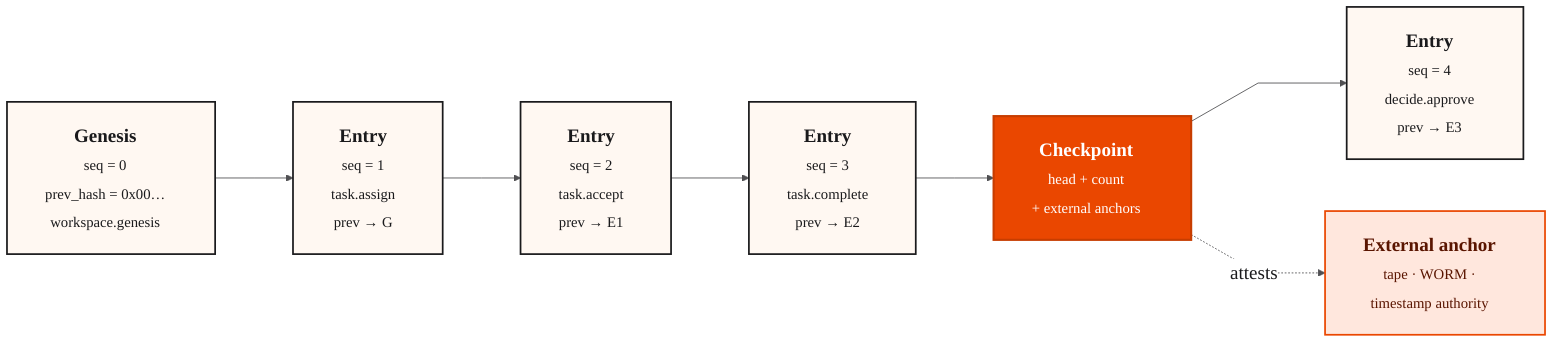
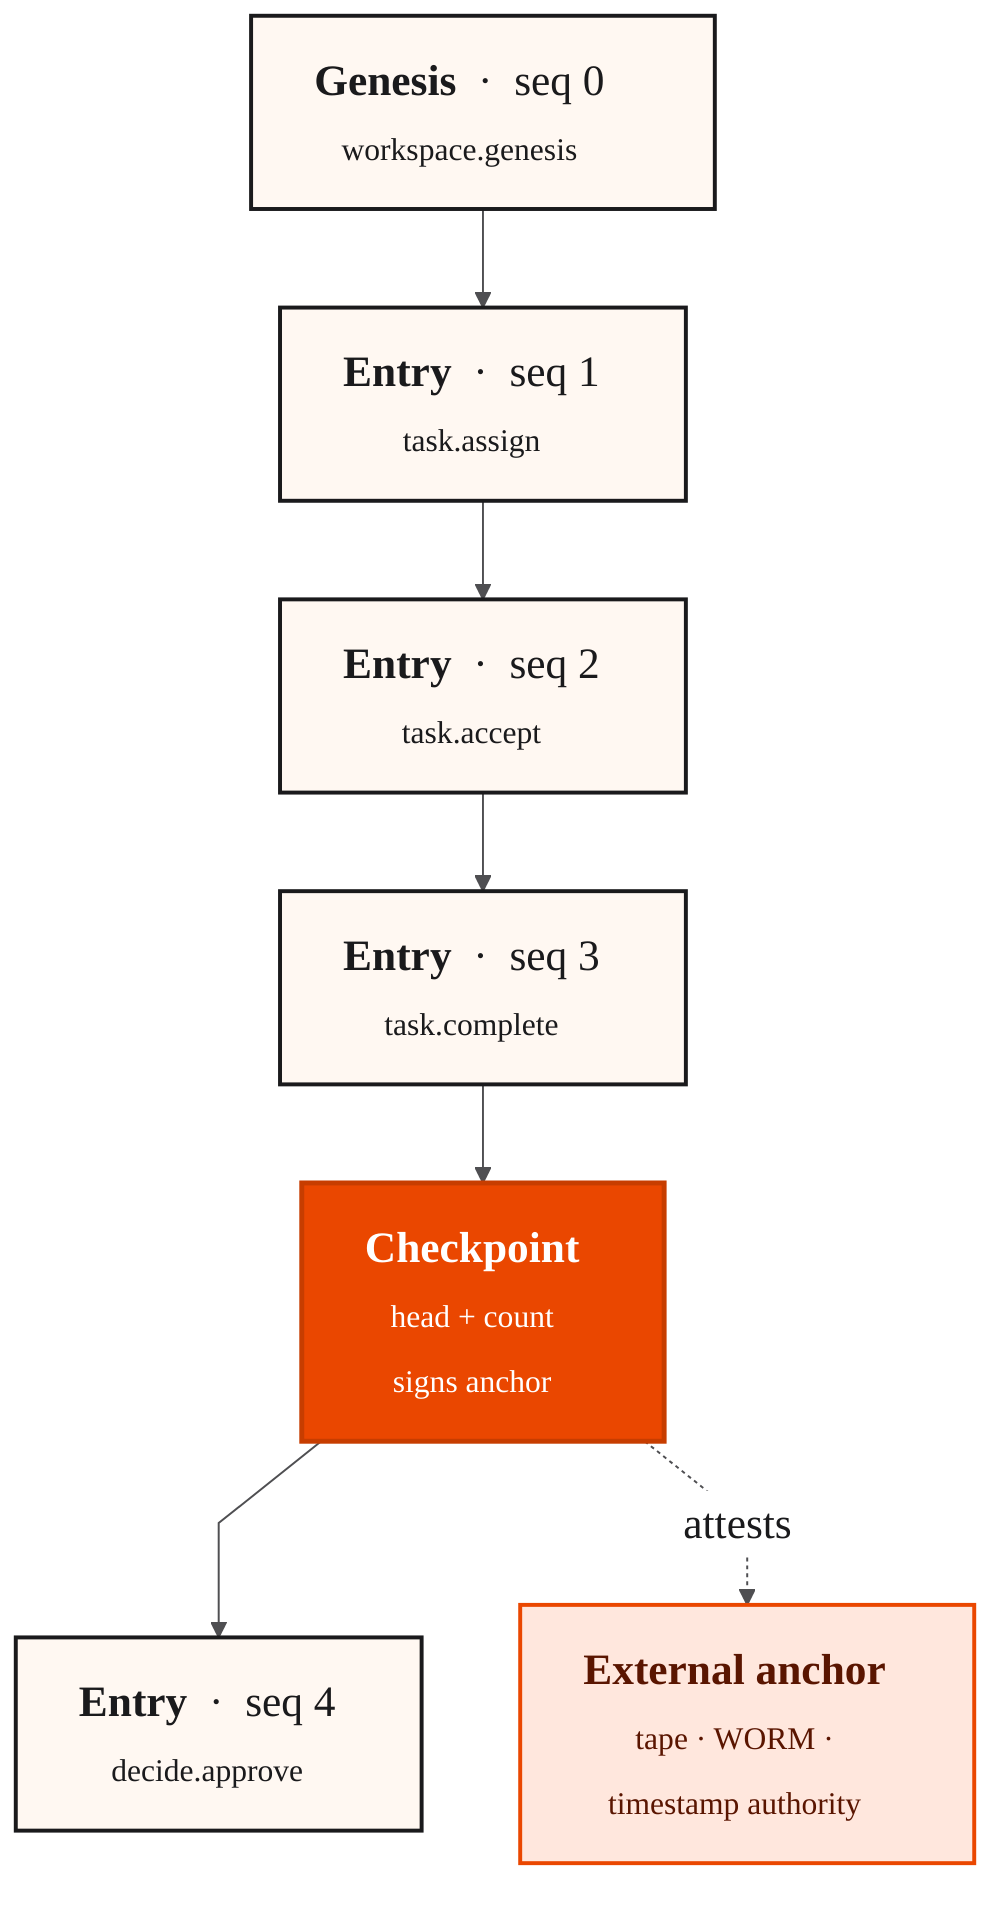
%%{init: {
  "theme": "base",
  "themeVariables": {
    "fontSize": "22px",
    "fontFamily": "Arial, Helvetica, sans-serif",
    "primaryColor": "#ffffff",
    "primaryTextColor": "#1a1a1c",
    "primaryBorderColor": "#1a1a1c",
    "lineColor": "#4f4f52"
  },
-   "flowchart": { "curve": "linear", "nodeSpacing": 60, "rankSpacing": 90, "padding": 22 }
+   "flowchart": { "curve": "linear", "nodeSpacing": 50, "rankSpacing": 50, "padding": 16 }
}}%%
- flowchart LR
-     G["<b>Genesis</b><br/><span style='font-size:17px;color:#4f4f52'>seq = 0<br/>prev_hash = 0x00…<br/>workspace.genesis</span>"]
-     E1["<b>Entry</b><br/><span style='font-size:17px;color:#4f4f52'>seq = 1<br/>task.assign<br/>prev → G</span>"]
-     E2["<b>Entry</b><br/><span style='font-size:17px;color:#4f4f52'>seq = 2<br/>task.accept<br/>prev → E1</span>"]
-     E3["<b>Entry</b><br/><span style='font-size:17px;color:#4f4f52'>seq = 3<br/>task.complete<br/>prev → E2</span>"]
-     CP["<b>Checkpoint</b><br/><span style='font-size:17px;color:#ffffff'>head + count<br/>+ external anchors</span>"]
-     E4["<b>Entry</b><br/><span style='font-size:17px;color:#4f4f52'>seq = 4<br/>decide.approve<br/>prev → E3</span>"]
-     A["<b>External anchor</b><br/><span style='font-size:17px;color:#5a1500'>tape · WORM ·<br/>timestamp authority</span>"]
+ flowchart TB
+     G["<b>Genesis</b> &nbsp;·&nbsp; seq 0<br/><span style='font-size:16px;color:#4f4f52'>workspace.genesis</span>"]
+     E1["<b>Entry</b> &nbsp;·&nbsp; seq 1<br/><span style='font-size:16px;color:#4f4f52'>task.assign</span>"]
+     E2["<b>Entry</b> &nbsp;·&nbsp; seq 2<br/><span style='font-size:16px;color:#4f4f52'>task.accept</span>"]
+     E3["<b>Entry</b> &nbsp;·&nbsp; seq 3<br/><span style='font-size:16px;color:#4f4f52'>task.complete</span>"]
+     CP["<b>Checkpoint</b><br/><span style='font-size:16px;color:#ffffff'>head + count<br/>signs anchor</span>"]
+     E4["<b>Entry</b> &nbsp;·&nbsp; seq 4<br/><span style='font-size:16px;color:#4f4f52'>decide.approve</span>"]
+     A["<b>External anchor</b><br/><span style='font-size:16px;color:#5a1500'>tape · WORM ·<br/>timestamp authority</span>"]

    G --> E1 --> E2 --> E3 --> CP --> E4
    CP -.attests.-> A

    classDef chain      fill:#FFF8F2,stroke:#1a1a1c,color:#1a1a1c,stroke-width:2px
    classDef checkpoint fill:#EA4700,stroke:#C73D00,color:#ffffff,stroke-width:2.5px
    classDef anchor     fill:#FFE7DD,stroke:#EA4700,color:#5a1500,stroke-width:2px

    class G,E1,E2,E3,E4 chain
    class CP checkpoint
    class A anchor
